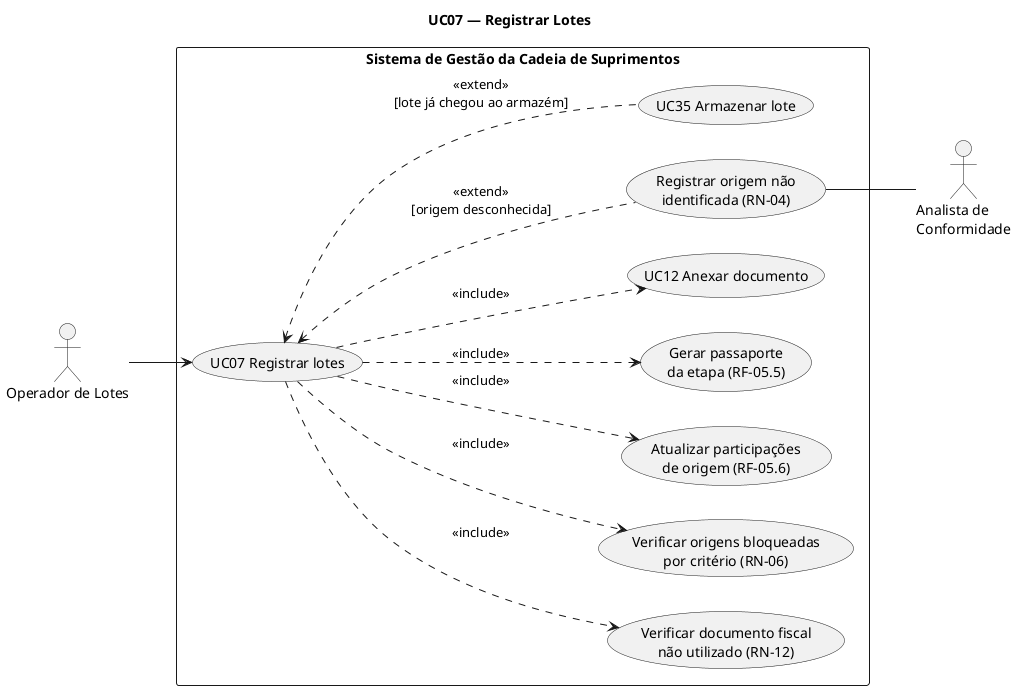
Above: docs/v3/casos-de-uso/plantuml/uc07-registrar-lotes.png in pedrohrossetto/gestao-cadeia-suprimentos (PlantUML), before the change. The source it was exported from:
```plantuml
@startuml uc07-registrar-lotes
title UC07 — Registrar Lotes
left to right direction
skinparam packageStyle rectangle
skinparam shadowing false

actor "Operador de Lotes" as ope
actor "Analista de\nConformidade" as ana

rectangle "Sistema de Gestão da Cadeia de Suprimentos" {
  usecase "UC07 Registrar lotes" as uc07
  usecase "Verificar documento fiscal\nnão utilizado (RN-12)" as doc
  usecase "Verificar origens bloqueadas\npor critério (RN-06)" as blq
  usecase "Atualizar participações\nde origem (RF-05.6)" as par
  usecase "Gerar passaporte\nda etapa (RF-05.5)" as pas
  usecase "UC12 Anexar documento" as uc12
  usecase "Registrar origem não\nidentificada (RN-04)" as nid
  usecase "UC35 Armazenar lote" as uc35
}

ope --> uc07
nid -- ana

uc07 ..> doc : <<include>>
uc07 ..> blq : <<include>>
uc07 ..> par : <<include>>
uc07 ..> pas : <<include>>
uc07 ..> uc12 : <<include>>
uc07 <.. nid : <<extend>>\n[origem desconhecida]
uc07 <.. uc35 : <<extend>>\n[lote já chegou ao armazém]
@enduml
```
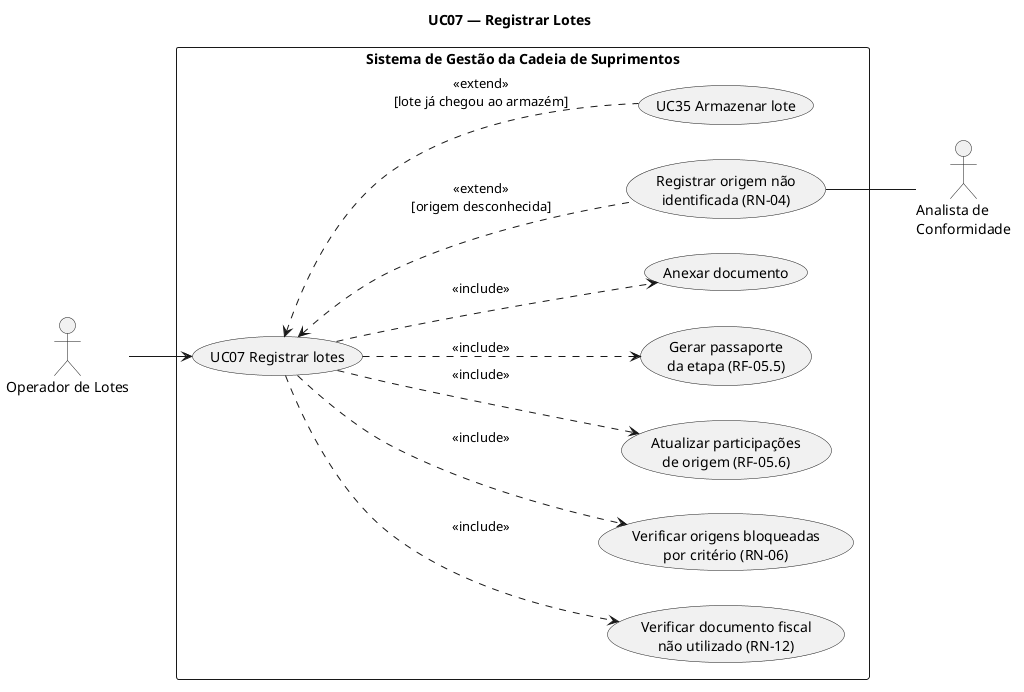
The same file after the commit.

What changed in the source:
```diff
@@ -13,7 +13,7 @@
   usecase "Verificar origens bloqueadas\npor critério (RN-06)" as blq
   usecase "Atualizar participações\nde origem (RF-05.6)" as par
   usecase "Gerar passaporte\nda etapa (RF-05.5)" as pas
-  usecase "UC12 Anexar documento" as uc12
+  usecase "Anexar documento" as uc12
   usecase "Registrar origem não\nidentificada (RN-04)" as nid
   usecase "UC35 Armazenar lote" as uc35
 }
```
